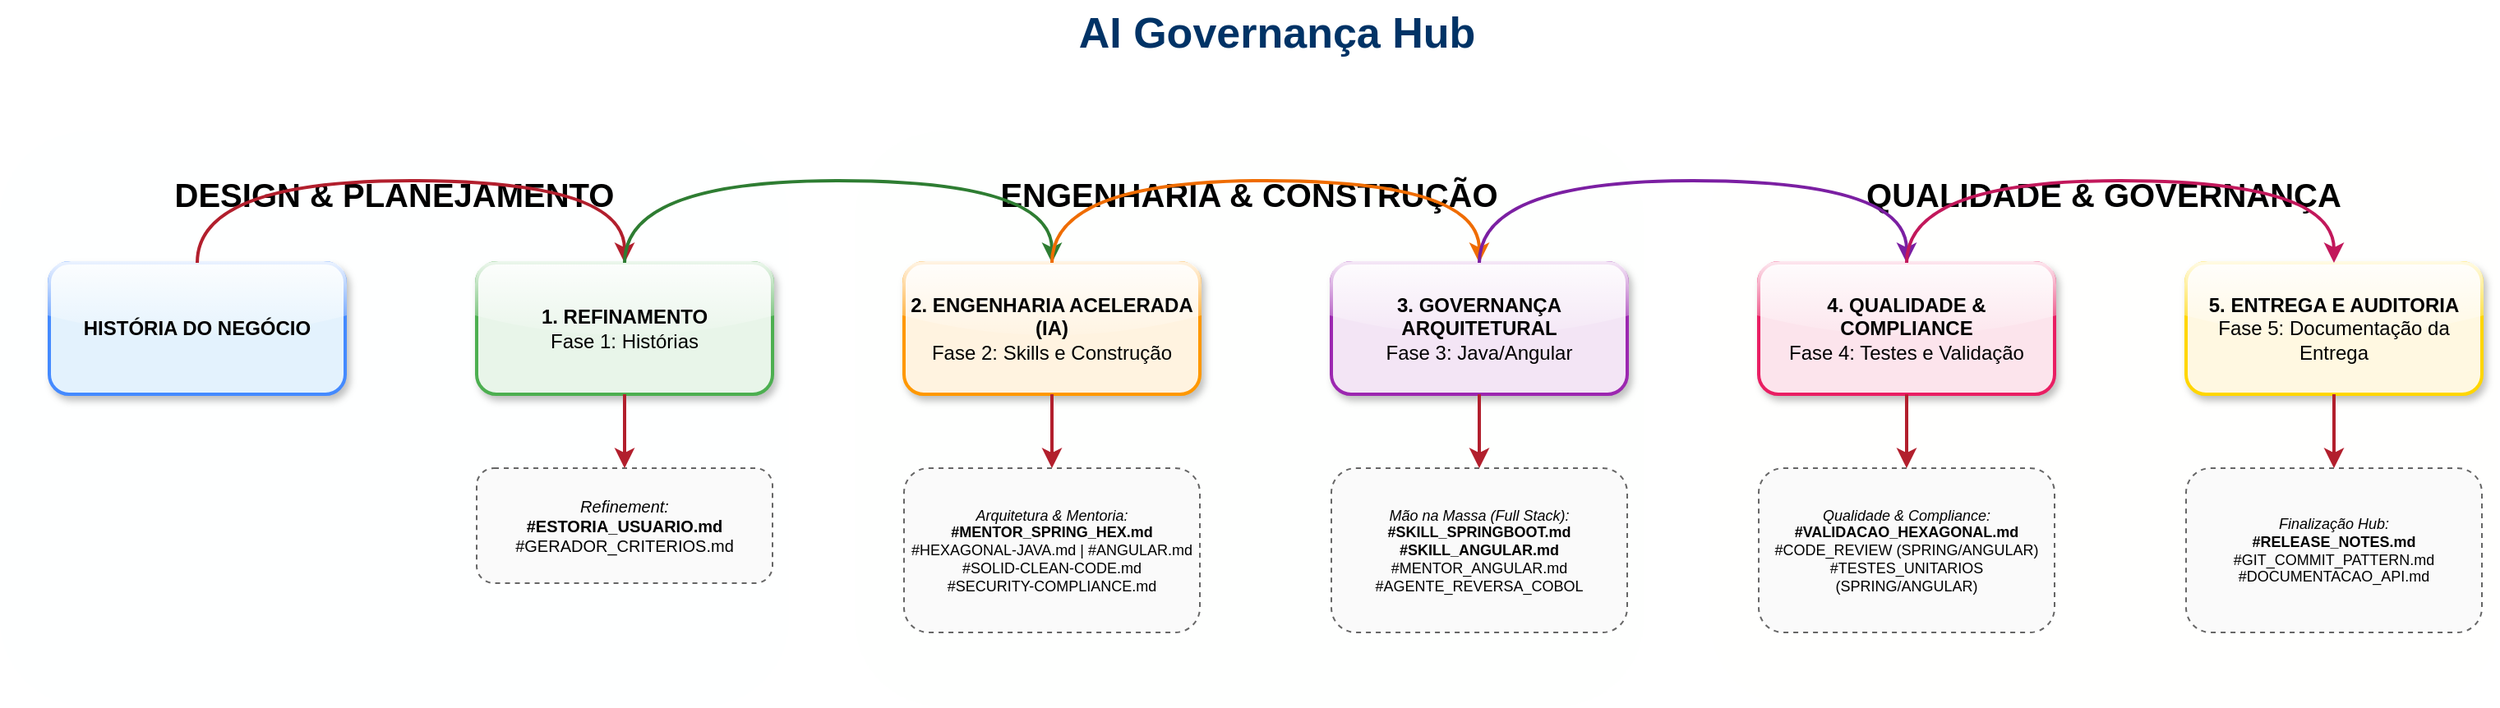
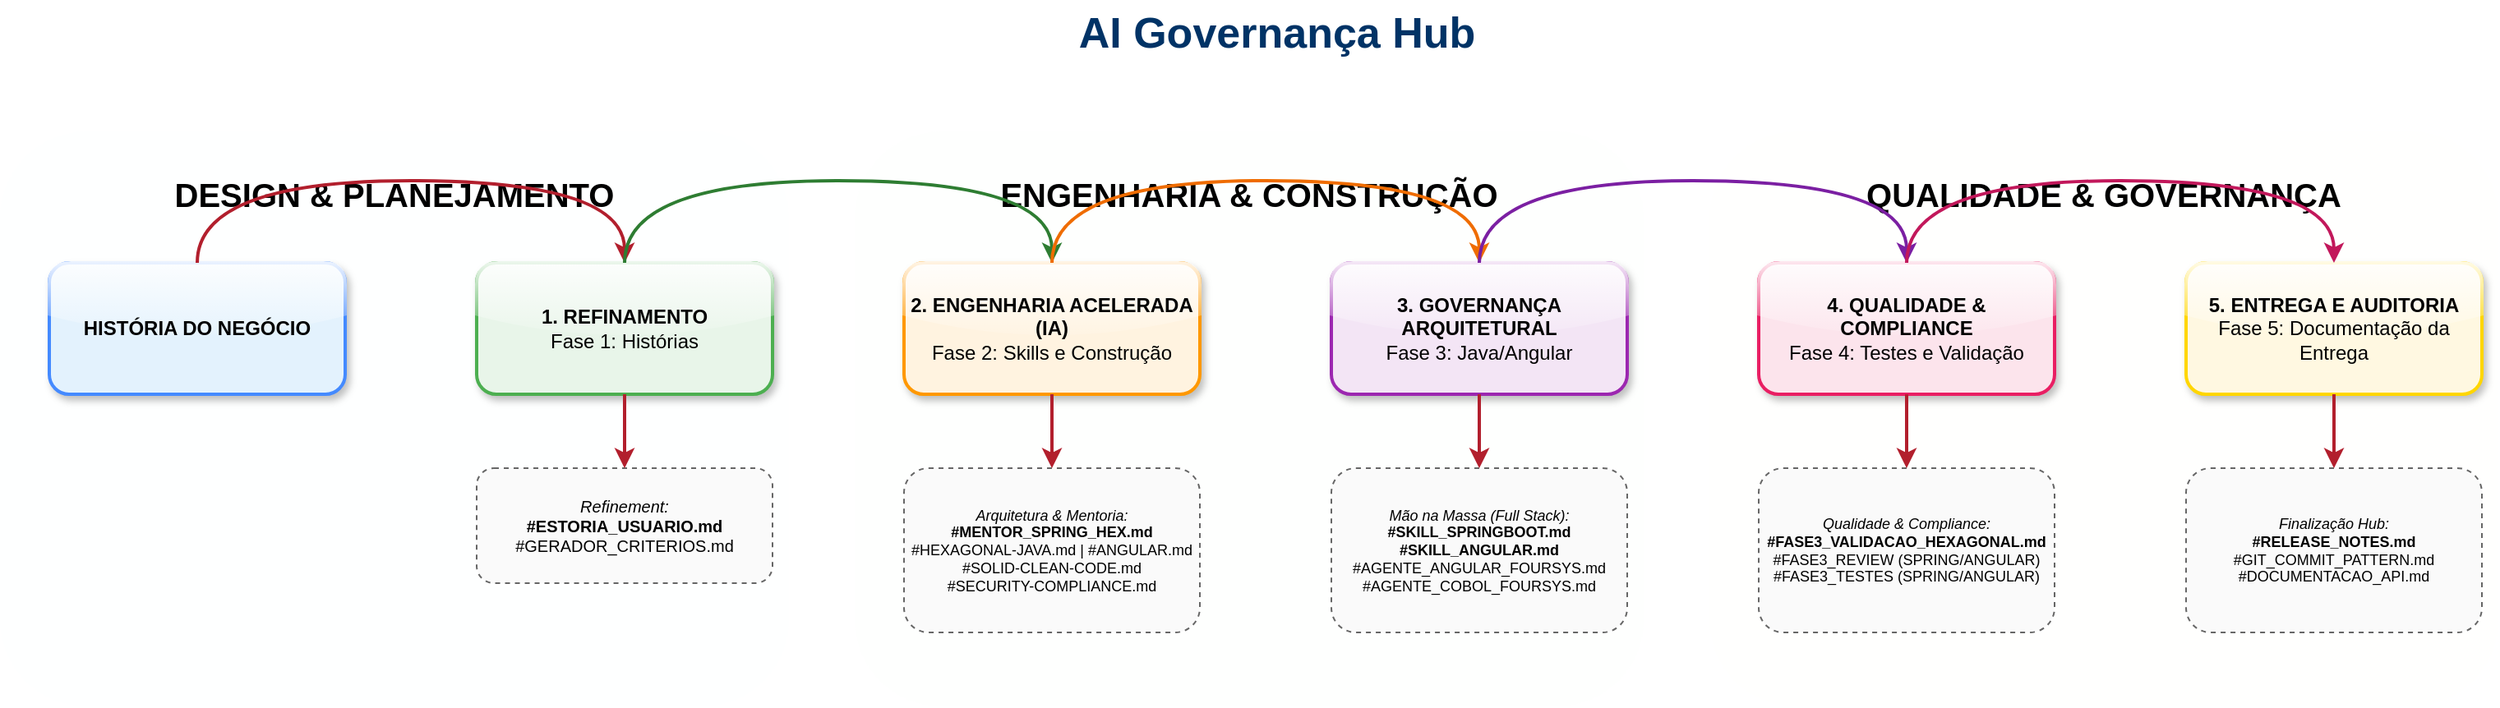
- <mxfile host="Electron" version="21.6.8" type="device">
+ ﻿<mxfile host="Electron" version="21.6.8" type="device">
  <diagram id="fluxo-enterprise-v1-2" name="Esteira Enterprise Alta Fidelidade">
    <mxGraphModel dx="1422" dy="794" grid="1" gridSize="10" guides="1" tooltips="1" connect="1" arrows="1" fold="1" page="1" pageScale="1" pageWidth="1654" pageHeight="1169" math="0" shadow="0">
      <root>
        <mxCell id="0" />
        <mxCell id="1" parent="0" />

        <!-- Título Corporativo -->
        <mxCell id="title" value="AI Governança Hub" style="text;html=1;strokeColor=none;fillColor=none;align=center;verticalAlign=middle;whiteSpace=wrap;rounded=0;fontSize=26;fontStyle=1;fontColor=#003366;" vertex="1" parent="1">
          <mxGeometry x="527" y="40" width="600" height="40" as="geometry" />
        </mxCell>

        <!-- ZONAS DE WORKFLOW (SWIMLANES DE FUNDO) -->
        <mxCell id="zone1" value="DESIGN &amp; PLANEJAMENTO" style="rounded=1;whiteSpace=wrap;html=1;fillColor=#E3F2FD;strokeColor=none;opacity=5;fontSize=20;fontStyle=1;align=center;verticalAlign=top;spacingTop=20;" vertex="1" parent="1">
          <mxGeometry x="50" y="120" width="480" height="350" as="geometry" />
        </mxCell>
        <mxCell id="zone2" value="ENGENHARIA &amp; CONSTRUÇÃO" style="rounded=1;whiteSpace=wrap;html=1;fillColor=#E8F5E9;strokeColor=none;opacity=5;fontSize=20;fontStyle=1;align=center;verticalAlign=top;spacingTop=20;" vertex="1" parent="1">
          <mxGeometry x="570" y="120" width="480" height="350" as="geometry" />
        </mxCell>
        <mxCell id="zone3" value="QUALIDADE &amp; GOVERNANÇA" style="rounded=1;whiteSpace=wrap;html=1;fillColor=#FFF3E0;strokeColor=none;opacity=5;fontSize=20;fontStyle=1;align=center;verticalAlign=top;spacingTop=20;" vertex="1" parent="1">
          <mxGeometry x="1090" y="120" width="480" height="350" as="geometry" />
        </mxCell>

        <!-- CAMADA 1: ETAPAS PRINCIPAIS -->
        <mxCell id="step1" value="&lt;b&gt;HISTÓRIA DO NEGÓCIO&lt;/b&gt;" style="rounded=1;whiteSpace=wrap;html=1;fillColor=#E3F2FD;strokeColor=#448AFF;strokeWidth=2;shadow=1;glass=1;" vertex="1" parent="1">
          <mxGeometry x="80" y="200" width="180" height="80" as="geometry" />
        </mxCell>
        <mxCell id="step2" value="&lt;b&gt;1. REFINAMENTO&lt;/b&gt;&lt;br&gt;Fase 1: Histórias" style="rounded=1;whiteSpace=wrap;html=1;fillColor=#E8F5E9;strokeColor=#4CAF50;strokeWidth=2;shadow=1;glass=1;" vertex="1" parent="1">
          <mxGeometry x="340" y="200" width="180" height="80" as="geometry" />
        </mxCell>
        <mxCell id="step3" value="&lt;b&gt;2. ENGENHARIA ACELERADA (IA)&lt;/b&gt;&lt;br&gt;Fase 2: Skills e Construção" style="rounded=1;whiteSpace=wrap;html=1;fillColor=#FFF3E0;strokeColor=#FF9800;strokeWidth=2;shadow=1;glass=1;" vertex="1" parent="1">
          <mxGeometry x="600" y="200" width="180" height="80" as="geometry" />
        </mxCell>
        <mxCell id="step4" value="&lt;b&gt;3. GOVERNANÇA ARQUITETURAL&lt;/b&gt;&lt;br&gt;Fase 3: Java/Angular" style="rounded=1;whiteSpace=wrap;html=1;fillColor=#F3E5F5;strokeColor=#9C27B0;strokeWidth=2;shadow=1;glass=1;" vertex="1" parent="1">
          <mxGeometry x="860" y="200" width="180" height="80" as="geometry" />
        </mxCell>
        <mxCell id="step5" value="&lt;b&gt;4. QUALIDADE &amp; COMPLIANCE&lt;/b&gt;&lt;br&gt;Fase 4: Testes e Validação" style="rounded=1;whiteSpace=wrap;html=1;fillColor=#FCE4EC;strokeColor=#E91E63;strokeWidth=2;shadow=1;glass=1;" vertex="1" parent="1">
          <mxGeometry x="1120" y="200" width="180" height="80" as="geometry" />
        </mxCell>
        <mxCell id="step6" value="&lt;b&gt;5. ENTREGA E AUDITORIA&lt;/b&gt;&lt;br&gt;Fase 5: Documentação da Entrega" style="rounded=1;whiteSpace=wrap;html=1;fillColor=#FFF8E1;strokeColor=#FFD600;strokeWidth=2;shadow=1;glass=1;" vertex="1" parent="1">
          <mxGeometry x="1380" y="200" width="180" height="80" as="geometry" />
        </mxCell>

        <!-- CAMADA 2: ATIVOS DO HUB (ALTA FIDELIDADE V1.2) -->

        <mxCell id="asset2" value="&lt;i&gt;Refinement:&lt;/i&gt;&lt;br&gt;&lt;b&gt;#ESTORIA_USUARIO.md&lt;/b&gt;&lt;br&gt;#GERADOR_CRITERIOS.md" style="rounded=1;whiteSpace=wrap;html=1;fillColor=#FAFAFA;strokeColor=#666666;strokeWidth=1;fontSize=10;dashed=1;" vertex="1" parent="1">
          <mxGeometry x="340" y="325" width="180" height="70" as="geometry" />
        </mxCell>
        <mxCell id="asset3" value="&lt;i&gt;Arquitetura &amp; Mentoria:&lt;/i&gt;&lt;br&gt;&lt;b&gt;#MENTOR_SPRING_HEX.md&lt;/b&gt;&lt;br&gt;#HEXAGONAL-JAVA.md | #ANGULAR.md&lt;br&gt;#SOLID-CLEAN-CODE.md&lt;br&gt;#SECURITY-COMPLIANCE.md" style="rounded=1;whiteSpace=wrap;html=1;fillColor=#FAFAFA;strokeColor=#666666;strokeWidth=1;fontSize=9;dashed=1;" vertex="1" parent="1">
          <mxGeometry x="600" y="325" width="180" height="100" as="geometry" />
        </mxCell>
-         <mxCell id="asset4" value="&lt;i&gt;Mão na Massa (Full Stack):&lt;/i&gt;&lt;br&gt;&lt;b&gt;#SKILL_SPRINGBOOT.md&lt;/b&gt;&lt;br&gt;&lt;b&gt;#SKILL_ANGULAR.md&lt;/b&gt;&lt;br&gt;#MENTOR_ANGULAR.md&lt;br&gt;#AGENTE_REVERSA_COBOL" style="rounded=1;whiteSpace=wrap;html=1;fillColor=#FAFAFA;strokeColor=#666666;strokeWidth=1;fontSize=9;dashed=1;" vertex="1" parent="1">
+         <mxCell id="asset4" value="&lt;i&gt;Mão na Massa (Full Stack):&lt;/i&gt;&lt;br&gt;&lt;b&gt;#SKILL_SPRINGBOOT.md&lt;/b&gt;&lt;br&gt;&lt;b&gt;#SKILL_ANGULAR.md&lt;/b&gt;&lt;br&gt;#AGENTE_ANGULAR_FOURSYS.md&lt;br&gt;#AGENTE_COBOL_FOURSYS.md" style="rounded=1;whiteSpace=wrap;html=1;fillColor=#FAFAFA;strokeColor=#666666;strokeWidth=1;fontSize=9;dashed=1;" vertex="1" parent="1">
          <mxGeometry x="860" y="325" width="180" height="100" as="geometry" />
        </mxCell>
-         <mxCell id="asset5" value="&lt;i&gt;Qualidade &amp; Compliance:&lt;/i&gt;&lt;br&gt;&lt;b&gt;#VALIDACAO_HEXAGONAL.md&lt;/b&gt;&lt;br&gt;#CODE_REVIEW (SPRING/ANGULAR)&lt;br&gt;#TESTES_UNITARIOS (SPRING/ANGULAR)" style="rounded=1;whiteSpace=wrap;html=1;fillColor=#FAFAFA;strokeColor=#666666;strokeWidth=1;fontSize=9;dashed=1;" vertex="1" parent="1">
+         <mxCell id="asset5" value="&lt;i&gt;Qualidade &amp; Compliance:&lt;/i&gt;&lt;br&gt;&lt;b&gt;#FASE3_VALIDACAO_HEXAGONAL.md&lt;/b&gt;&lt;br&gt;#FASE3_REVIEW (SPRING/ANGULAR)&lt;br&gt;#FASE3_TESTES (SPRING/ANGULAR)" style="rounded=1;whiteSpace=wrap;html=1;fillColor=#FAFAFA;strokeColor=#666666;strokeWidth=1;fontSize=9;dashed=1;" vertex="1" parent="1">
          <mxGeometry x="1120" y="325" width="180" height="100" as="geometry" />
        </mxCell>
        <mxCell id="asset6" value="&lt;i&gt;Finalização Hub:&lt;/i&gt;&lt;br&gt;&lt;b&gt;#RELEASE_NOTES.md&lt;/b&gt;&lt;br&gt;#GIT_COMMIT_PATTERN.md&lt;br&gt;#DOCUMENTACAO_API.md" style="rounded=1;whiteSpace=wrap;html=1;fillColor=#FAFAFA;strokeColor=#666666;strokeWidth=1;fontSize=9;dashed=1;" vertex="1" parent="1">
          <mxGeometry x="1380" y="325" width="180" height="100" as="geometry" />
        </mxCell>

        <!-- Conectores Executivos (Dark Red) -->

        <mxCell id="c2" edge="1" parent="1" source="step2" target="asset2" style="edgeStyle=none;rounded=0;orthogonalLoop=1;jettySize=auto;html=1;strokeColor=#B21F2D;strokeWidth=2;endArrow=classic;startArrow=none;">
          <mxGeometry relative="1" as="geometry" />
        </mxCell>
        <mxCell id="c3" edge="1" parent="1" source="step3" target="asset3" style="edgeStyle=none;rounded=0;orthogonalLoop=1;jettySize=auto;html=1;strokeColor=#B21F2D;strokeWidth=2;endArrow=classic;startArrow=none;">
          <mxGeometry relative="1" as="geometry" />
        </mxCell>
        <mxCell id="c4" edge="1" parent="1" source="step4" target="asset4" style="edgeStyle=none;rounded=0;orthogonalLoop=1;jettySize=auto;html=1;strokeColor=#B21F2D;strokeWidth=2;endArrow=classic;startArrow=none;">
          <mxGeometry relative="1" as="geometry" />
        </mxCell>
        <mxCell id="c5" edge="1" parent="1" source="step5" target="asset5" style="edgeStyle=none;rounded=0;orthogonalLoop=1;jettySize=auto;html=1;strokeColor=#B21F2D;strokeWidth=2;endArrow=classic;startArrow=none;">
          <mxGeometry relative="1" as="geometry" />
        </mxCell>
        <mxCell id="c6" edge="1" parent="1" source="step6" target="asset6" style="edgeStyle=none;rounded=0;orthogonalLoop=1;jettySize=auto;html=1;strokeColor=#B21F2D;strokeWidth=2;endArrow=classic;startArrow=none;">
          <mxGeometry relative="1" as="geometry" />
        </mxCell>

        <!-- SETAS DE FLUXO (IDA) -->
        <mxCell id="f1" edge="1" parent="1" source="step1" target="step2" style="edgeStyle=orthogonalEdgeStyle;rounded=1;orthogonalLoop=1;jettySize=auto;html=1;strokeWidth=2;strokeColor=#B21F2D;curved=1;">
          <mxGeometry relative="1" as="geometry">
            <Array as="points"><mxPoint x="170" y="150" /><mxPoint x="430" y="150" /></Array>
          </mxGeometry>
        </mxCell>
        <mxCell id="f2" edge="1" parent="1" source="step2" target="step3" style="edgeStyle=orthogonalEdgeStyle;rounded=1;orthogonalLoop=1;jettySize=auto;html=1;strokeWidth=2;strokeColor=#2E7D32;curved=1;">
          <mxGeometry relative="1" as="geometry">
            <Array as="points"><mxPoint x="430" y="150" /><mxPoint x="690" y="150" /></Array>
          </mxGeometry>
        </mxCell>
        <mxCell id="f3" edge="1" parent="1" source="step3" target="step4" style="edgeStyle=orthogonalEdgeStyle;rounded=1;orthogonalLoop=1;jettySize=auto;html=1;strokeWidth=2;strokeColor=#EF6C00;curved=1;">
          <mxGeometry relative="1" as="geometry">
            <Array as="points"><mxPoint x="690" y="150" /><mxPoint x="950" y="150" /></Array>
          </mxGeometry>
        </mxCell>
        <mxCell id="f4" edge="1" parent="1" source="step4" target="step5" style="edgeStyle=orthogonalEdgeStyle;rounded=1;orthogonalLoop=1;jettySize=auto;html=1;strokeWidth=2;strokeColor=#7B1FA2;curved=1;">
          <mxGeometry relative="1" as="geometry">
            <Array as="points"><mxPoint x="950" y="150" /><mxPoint x="1210" y="150" /></Array>
          </mxGeometry>
        </mxCell>
        <mxCell id="f5" edge="1" parent="1" source="step5" target="step6" style="edgeStyle=orthogonalEdgeStyle;rounded=1;orthogonalLoop=1;jettySize=auto;html=1;strokeWidth=2;strokeColor=#C2185B;curved=1;">
          <mxGeometry relative="1" as="geometry">
            <Array as="points"><mxPoint x="1210" y="150" /><mxPoint x="1470" y="150" /></Array>
          </mxGeometry>
        </mxCell>
      </root>
    </mxGraphModel>
  </diagram>
</mxfile>
